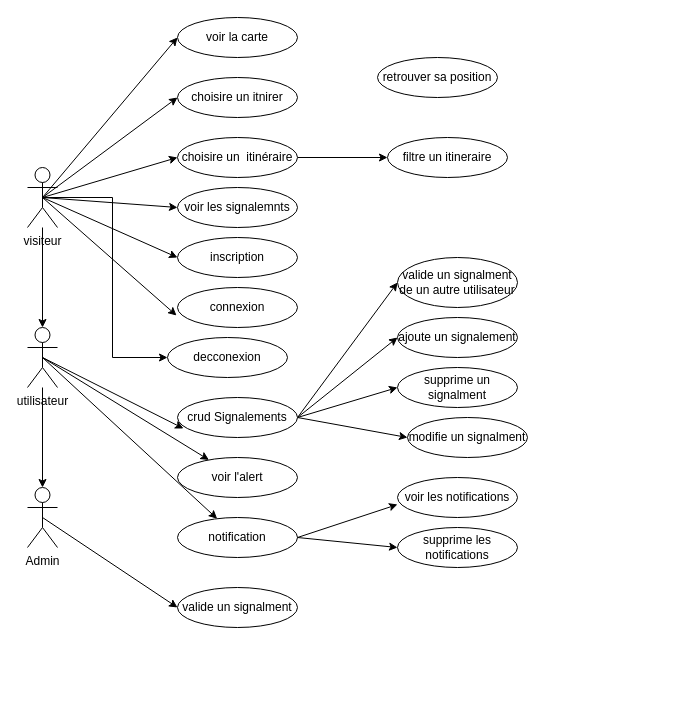
Earlier version of the draw.io diagram Documentation/Diagramma senza titolo.drawio (hamza-bely/4proj). Source tidied: cells renumbered, new cells numbered last; positions are measured from the earlier drawing's top-left corner, leaving out a move shared by most shapes. Both pictures are drawn from the tidied source at 100%, with x=0, y=0 at pixel (27, 17).
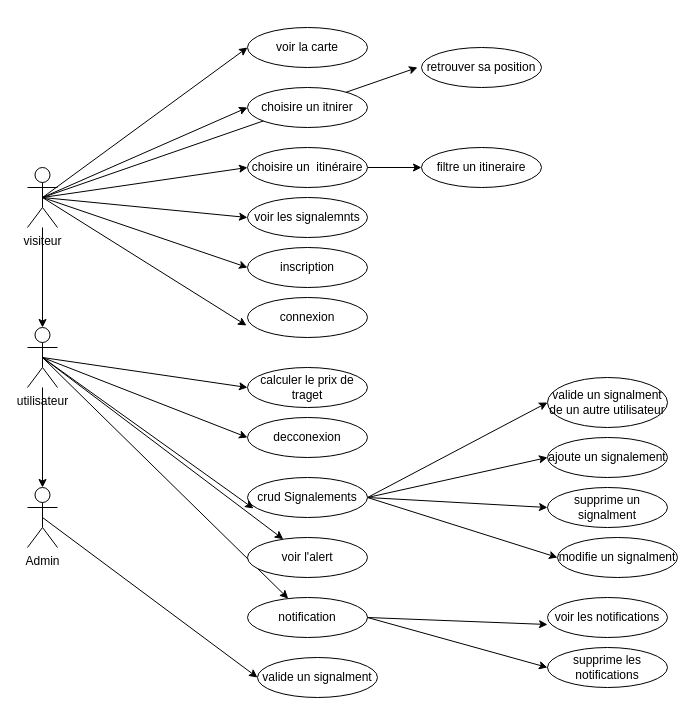
Above is the later version.

Unchanged cells that the change refers to:
```xml
<mxCell id="9" value="visiteur" style="shape=umlActor;verticalLabelPosition=bottom;verticalAlign=top;html=1;outlineConnect=0;" parent="1" vertex="1">
  <mxGeometry y="150" width="30" height="60" as="geometry" />
</mxCell>
<mxCell id="12" value="utilisateur" style="shape=umlActor;verticalLabelPosition=bottom;verticalAlign=top;html=1;outlineConnect=0;" parent="1" vertex="1">
  <mxGeometry y="310" width="30" height="60" as="geometry" />
</mxCell>
```

The edit, as a diff of the source:
```diff
@@
-    <mxCell id="8" style="edgeStyle=orthogonalEdgeStyle;rounded=0;jettySize=auto;html=1;exitX=0.5;exitY=0.5;exitDx=0;exitDy=0;exitPerimeter=0;entryX=0;entryY=0.5;entryDx=0;entryDy=0;" parent="1" edge="1" source="9" target="43">
-      <mxGeometry relative="1" as="geometry" />
-    </mxCell>
+    <mxCell id="44" style="edgeStyle=none;rounded=0;jettySize=auto;html=1;exitX=0.5;exitY=0.5;exitDx=0;exitDy=0;exitPerimeter=0;" parent="1" edge="1" source="9">
+      <mxGeometry relative="1" as="geometry">
+        <mxPoint x="390" y="50" as="targetPoint" />
+      </mxGeometry>
+    </mxCell>
@@
+    <mxCell id="45" style="edgeStyle=none;rounded=0;jettySize=auto;html=1;exitX=0.5;exitY=0.5;exitDx=0;exitDy=0;exitPerimeter=0;entryX=0;entryY=0.5;entryDx=0;entryDy=0;" parent="1" edge="1" source="12" target="43">
+      <mxGeometry relative="1" as="geometry" />
+    </mxCell>
+    <mxCell id="46" style="edgeStyle=none;rounded=0;jettySize=auto;html=1;exitX=0.5;exitY=0.5;exitDx=0;exitDy=0;exitPerimeter=0;entryX=0;entryY=0.5;entryDx=0;entryDy=0;" parent="1" edge="1" source="12" target="47">
+      <mxGeometry relative="1" as="geometry" />
+    </mxCell>
@@
     <mxCell id="15" value="voir la carte" style="ellipse;whiteSpace=wrap;html=1;" parent="1" vertex="1">
-      <mxGeometry x="150" width="120" height="40" as="geometry" />
+      <mxGeometry x="220" y="10" width="120" height="40" as="geometry" />
     </mxCell>
     <mxCell id="16" value="choisire un itnirer" style="ellipse;whiteSpace=wrap;html=1;" parent="1" vertex="1">
-      <mxGeometry x="150" y="60" width="120" height="40" as="geometry" />
+      <mxGeometry x="220" y="70" width="120" height="40" as="geometry" />
     </mxCell>
@@
     <mxCell id="18" value="choisire un&amp;nbsp;&amp;nbsp;itinéraire" style="ellipse;whiteSpace=wrap;html=1;" parent="1" vertex="1">
-      <mxGeometry x="150" y="120" width="120" height="40" as="geometry" />
+      <mxGeometry x="220" y="130" width="120" height="40" as="geometry" />
     </mxCell>
@@
     <mxCell id="20" value="inscription" style="ellipse;whiteSpace=wrap;html=1;" parent="1" vertex="1">
-      <mxGeometry x="150" y="220" width="120" height="40" as="geometry" />
+      <mxGeometry x="220" y="230" width="120" height="40" as="geometry" />
     </mxCell>
     <mxCell id="21" value="valide un signalment" style="ellipse;whiteSpace=wrap;html=1;" parent="1" vertex="1">
-      <mxGeometry x="150" y="570" width="120" height="40" as="geometry" />
+      <mxGeometry x="230" y="640" width="120" height="40" as="geometry" />
     </mxCell>
     <mxCell id="22" value="connexion" style="ellipse;whiteSpace=wrap;html=1;" parent="1" vertex="1">
-      <mxGeometry x="150" y="270" width="120" height="40" as="geometry" />
+      <mxGeometry x="220" y="280" width="120" height="40" as="geometry" />
     </mxCell>
@@
     <mxCell id="27" value="&lt;font style=&quot;font-size: 12px;&quot; face=&quot;Helvetica&quot;&gt;crud&amp;nbsp;Signalements&lt;/font&gt;" style="ellipse;whiteSpace=wrap;html=1;" parent="1" vertex="1">
-      <mxGeometry x="150" y="380" width="120" height="40" as="geometry" />
+      <mxGeometry x="220" y="460" width="120" height="40" as="geometry" />
     </mxCell>
     <mxCell id="28" value="supprime un signalment" style="ellipse;whiteSpace=wrap;html=1;" parent="1" vertex="1">
-      <mxGeometry x="370" y="350" width="120" height="40" as="geometry" />
+      <mxGeometry x="520" y="470" width="120" height="40" as="geometry" />
     </mxCell>
     <mxCell id="29" value="ajoute un signalement" style="ellipse;whiteSpace=wrap;html=1;" parent="1" vertex="1">
-      <mxGeometry x="370" y="300" width="120" height="40" as="geometry" />
+      <mxGeometry x="520" y="420" width="120" height="40" as="geometry" />
     </mxCell>
     <mxCell id="30" value="modifie un signalment" style="ellipse;whiteSpace=wrap;html=1;" parent="1" vertex="1">
-      <mxGeometry x="380" y="400" width="120" height="40" as="geometry" />
+      <mxGeometry x="530" y="520" width="120" height="40" as="geometry" />
     </mxCell>
@@
     <mxCell id="32" value="&lt;font style=&quot;font-size: 12px;&quot; face=&quot;Helvetica&quot;&gt;voir l'alert&lt;/font&gt;" style="ellipse;whiteSpace=wrap;html=1;" parent="1" vertex="1">
-      <mxGeometry x="150" y="440" width="120" height="40" as="geometry" />
+      <mxGeometry x="220" y="520" width="120" height="40" as="geometry" />
     </mxCell>
@@
     <mxCell id="34" value="notification" style="ellipse;whiteSpace=wrap;html=1;" parent="1" vertex="1">
-      <mxGeometry x="150" y="500" width="120" height="40" as="geometry" />
+      <mxGeometry x="220" y="580" width="120" height="40" as="geometry" />
     </mxCell>
     <mxCell id="35" value="voir les notifications" style="ellipse;whiteSpace=wrap;html=1;" parent="1" vertex="1">
-      <mxGeometry x="370" y="460" width="120" height="40" as="geometry" />
+      <mxGeometry x="520" y="580" width="120" height="40" as="geometry" />
     </mxCell>
     <mxCell id="36" value="supprime les notifications" style="ellipse;whiteSpace=wrap;html=1;" parent="1" vertex="1">
-      <mxGeometry x="370" y="510" width="120" height="40" as="geometry" />
+      <mxGeometry x="520" y="630" width="120" height="40" as="geometry" />
     </mxCell>
@@
     <mxCell id="38" value="voir les signalemnts" style="ellipse;whiteSpace=wrap;html=1;" parent="1" vertex="1">
-      <mxGeometry x="150" y="170" width="120" height="40" as="geometry" />
+      <mxGeometry x="220" y="180" width="120" height="40" as="geometry" />
     </mxCell>
     <mxCell id="39" value="valide un signalment de un autre utilisateur" style="ellipse;whiteSpace=wrap;html=1;" parent="1" vertex="1">
-      <mxGeometry x="370" y="240" width="120" height="50" as="geometry" />
+      <mxGeometry x="520" y="360" width="120" height="50" as="geometry" />
     </mxCell>
@@
     <mxCell id="41" value="filtre un itineraire" style="ellipse;whiteSpace=wrap;html=1;" parent="1" vertex="1">
-      <mxGeometry x="360" y="120" width="120" height="40" as="geometry" />
+      <mxGeometry x="394" y="130" width="120" height="40" as="geometry" />
     </mxCell>
     <mxCell id="42" value="retrouver sa position" style="ellipse;whiteSpace=wrap;html=1;" parent="1" vertex="1">
-      <mxGeometry x="350" y="40" width="120" height="40" as="geometry" />
+      <mxGeometry x="394" y="30" width="120" height="40" as="geometry" />
     </mxCell>
     <mxCell id="43" value="decconexion" style="ellipse;whiteSpace=wrap;html=1;" parent="1" vertex="1">
-      <mxGeometry x="140" y="320" width="120" height="40" as="geometry" />
+      <mxGeometry x="220" y="400" width="120" height="40" as="geometry" />
     </mxCell>
+    <mxCell id="47" value="calculer le prix de traget" style="ellipse;whiteSpace=wrap;html=1;" parent="1" vertex="1">
+      <mxGeometry x="220" y="350" width="120" height="40" as="geometry" />
+    </mxCell>
```
